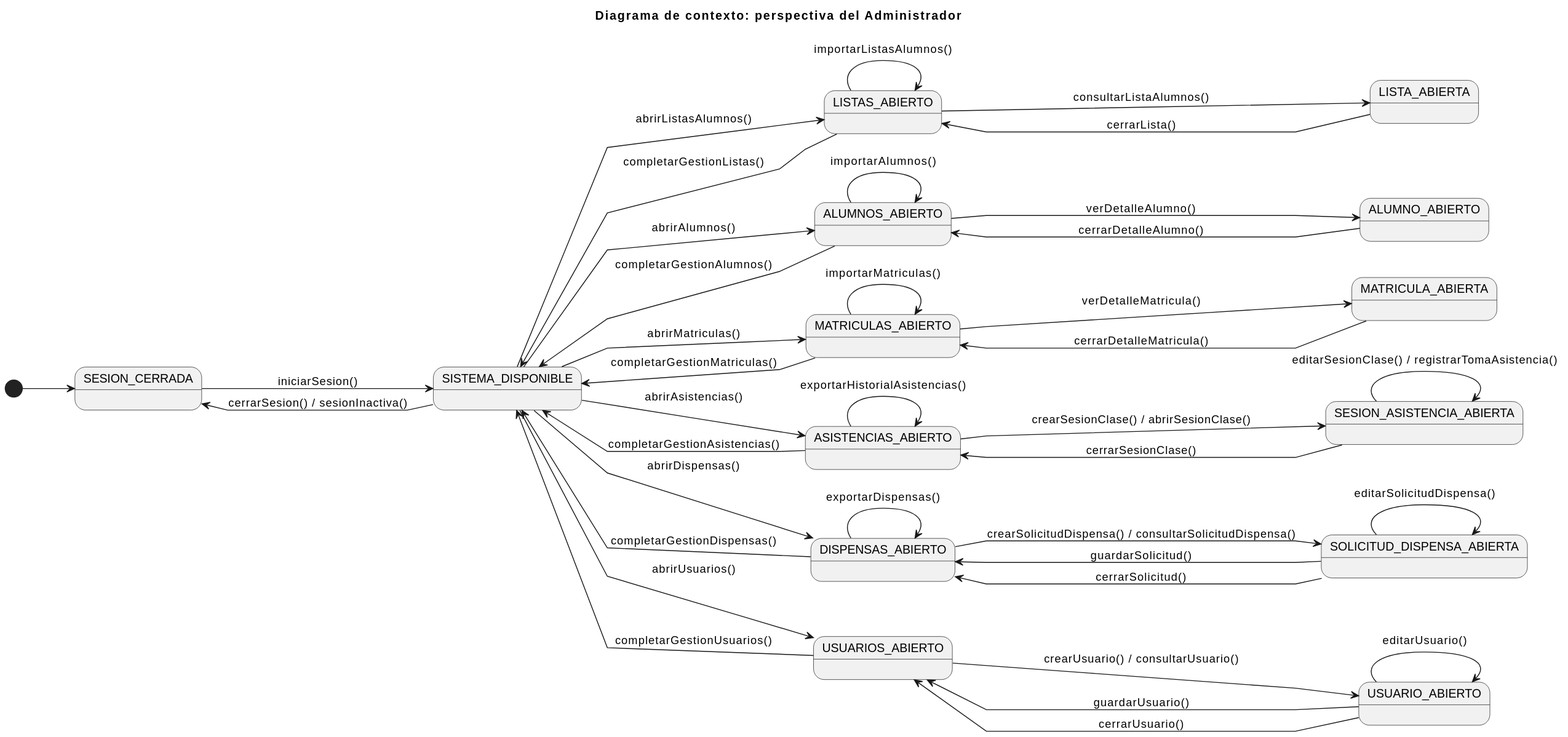
Before: documents/requisitado/01-actores-casos-uso/DiagramaDeContexto.svg, a diagram exported from PlantUML (jerdier/25-26-idsw2-sdVC).
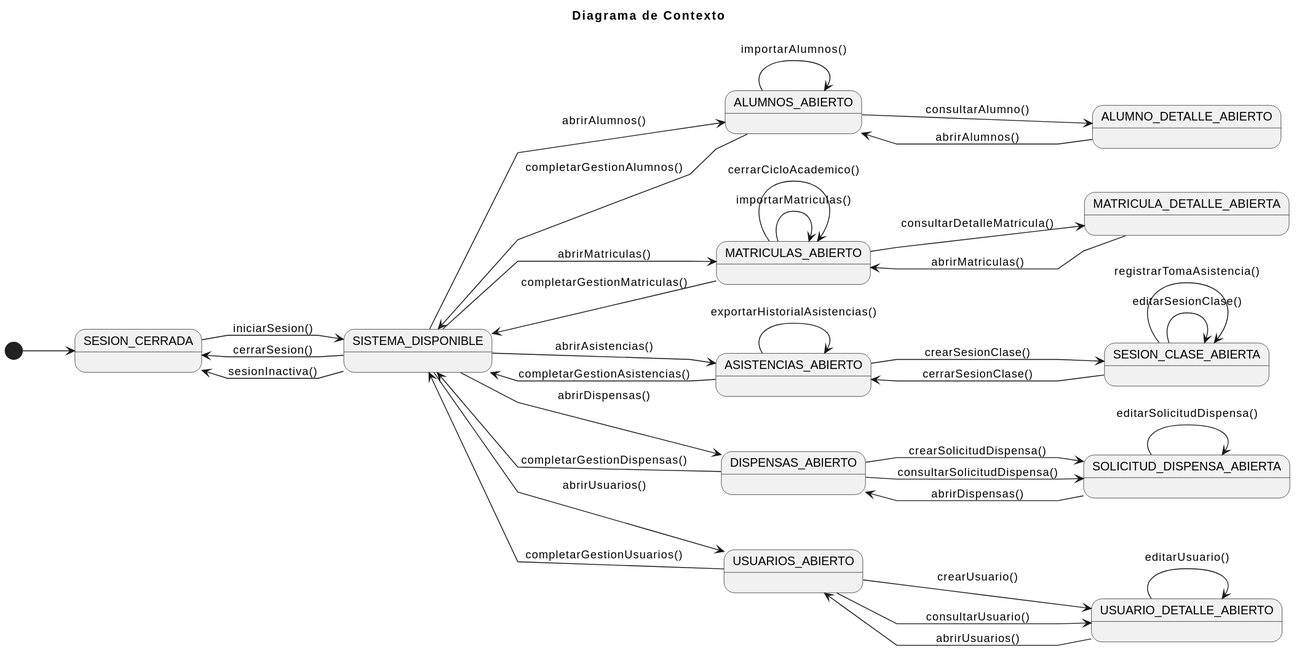
The same file after the commit.

What changed in the source:
```diff
@@ -1,62 +1,55 @@
 @startuml
-title Diagrama de contexto: perspectiva del Administrador
+title Diagrama de Contexto
 left to right direction
+skinparam style strictuml
 skinparam linetype polyline
 
 [*] --> SESION_CERRADA
 
 SESION_CERRADA --> SISTEMA_DISPONIBLE : iniciarSesion()
-SISTEMA_DISPONIBLE --> SESION_CERRADA : cerrarSesion() / sesionInactiva()
-
-SISTEMA_DISPONIBLE --> LISTAS_ABIERTO : abrirListasAlumnos()
-LISTAS_ABIERTO --> SISTEMA_DISPONIBLE : completarGestionListas()
-
-LISTAS_ABIERTO --> LISTAS_ABIERTO : importarListasAlumnos()
-
-LISTAS_ABIERTO --> LISTA_ABIERTA : consultarListaAlumnos()
-LISTA_ABIERTA --> LISTAS_ABIERTO : cerrarLista()
+SISTEMA_DISPONIBLE --> SESION_CERRADA : cerrarSesion()
+SISTEMA_DISPONIBLE --> SESION_CERRADA : sesionInactiva()
 
 SISTEMA_DISPONIBLE --> ALUMNOS_ABIERTO : abrirAlumnos()
 ALUMNOS_ABIERTO --> SISTEMA_DISPONIBLE : completarGestionAlumnos()
 
 ALUMNOS_ABIERTO --> ALUMNOS_ABIERTO : importarAlumnos()
-ALUMNOS_ABIERTO --> ALUMNO_ABIERTO : verDetalleAlumno()
-
-ALUMNO_ABIERTO --> ALUMNOS_ABIERTO : cerrarDetalleAlumno()
+ALUMNOS_ABIERTO --> ALUMNO_DETALLE_ABIERTO : consultarAlumno()
+ALUMNO_DETALLE_ABIERTO --> ALUMNOS_ABIERTO : abrirAlumnos()
 
 SISTEMA_DISPONIBLE --> MATRICULAS_ABIERTO : abrirMatriculas()
 MATRICULAS_ABIERTO --> SISTEMA_DISPONIBLE : completarGestionMatriculas()
 
 MATRICULAS_ABIERTO --> MATRICULAS_ABIERTO : importarMatriculas()
-MATRICULAS_ABIERTO --> MATRICULA_ABIERTA : verDetalleMatricula()
-
-MATRICULA_ABIERTA --> MATRICULAS_ABIERTO : cerrarDetalleMatricula()
+MATRICULAS_ABIERTO --> MATRICULAS_ABIERTO : cerrarCicloAcademico()
+MATRICULAS_ABIERTO --> MATRICULA_DETALLE_ABIERTA : consultarDetalleMatricula()
+MATRICULA_DETALLE_ABIERTA --> MATRICULAS_ABIERTO : abrirMatriculas()
 
 SISTEMA_DISPONIBLE --> ASISTENCIAS_ABIERTO : abrirAsistencias()
 ASISTENCIAS_ABIERTO --> SISTEMA_DISPONIBLE : completarGestionAsistencias()
 
-ASISTENCIAS_ABIERTO --> ASISTENCIAS_ABIERTO        : exportarHistorialAsistencias()
-ASISTENCIAS_ABIERTO --> SESION_ASISTENCIA_ABIERTA : crearSesionClase() / abrirSesionClase()
+ASISTENCIAS_ABIERTO --> ASISTENCIAS_ABIERTO : exportarHistorialAsistencias()
+ASISTENCIAS_ABIERTO --> SESION_CLASE_ABIERTA : crearSesionClase()
 
-SESION_ASISTENCIA_ABIERTA --> SESION_ASISTENCIA_ABIERTA : editarSesionClase() / registrarTomaAsistencia()
-SESION_ASISTENCIA_ABIERTA --> ASISTENCIAS_ABIERTO      : cerrarSesionClase()
+SESION_CLASE_ABIERTA --> SESION_CLASE_ABIERTA : editarSesionClase()
+SESION_CLASE_ABIERTA --> SESION_CLASE_ABIERTA : registrarTomaAsistencia()
+SESION_CLASE_ABIERTA --> ASISTENCIAS_ABIERTO : cerrarSesionClase()
 
 SISTEMA_DISPONIBLE --> DISPENSAS_ABIERTO : abrirDispensas()
 DISPENSAS_ABIERTO --> SISTEMA_DISPONIBLE : completarGestionDispensas()
 
-DISPENSAS_ABIERTO --> SOLICITUD_DISPENSA_ABIERTA : crearSolicitudDispensa() / consultarSolicitudDispensa()
-DISPENSAS_ABIERTO --> DISPENSAS_ABIERTO         : exportarDispensas()
+DISPENSAS_ABIERTO --> SOLICITUD_DISPENSA_ABIERTA : crearSolicitudDispensa()
+DISPENSAS_ABIERTO --> SOLICITUD_DISPENSA_ABIERTA : consultarSolicitudDispensa()
 
 SOLICITUD_DISPENSA_ABIERTA --> SOLICITUD_DISPENSA_ABIERTA : editarSolicitudDispensa()
-SOLICITUD_DISPENSA_ABIERTA --> DISPENSAS_ABIERTO         : guardarSolicitud()
-SOLICITUD_DISPENSA_ABIERTA --> DISPENSAS_ABIERTO         : cerrarSolicitud()
+SOLICITUD_DISPENSA_ABIERTA --> DISPENSAS_ABIERTO : abrirDispensas()
 
 SISTEMA_DISPONIBLE --> USUARIOS_ABIERTO : abrirUsuarios()
 USUARIOS_ABIERTO --> SISTEMA_DISPONIBLE : completarGestionUsuarios()
 
-USUARIOS_ABIERTO --> USUARIO_ABIERTO : crearUsuario() / consultarUsuario()
+USUARIOS_ABIERTO --> USUARIO_DETALLE_ABIERTO : crearUsuario()
+USUARIOS_ABIERTO --> USUARIO_DETALLE_ABIERTO : consultarUsuario()
 
-USUARIO_ABIERTO --> USUARIO_ABIERTO   : editarUsuario()
-USUARIO_ABIERTO --> USUARIOS_ABIERTO  : guardarUsuario()
-USUARIO_ABIERTO --> USUARIOS_ABIERTO  : cerrarUsuario()
+USUARIO_DETALLE_ABIERTO --> USUARIO_DETALLE_ABIERTO : editarUsuario()
+USUARIO_DETALLE_ABIERTO --> USUARIOS_ABIERTO : abrirUsuarios()
 @enduml
```
